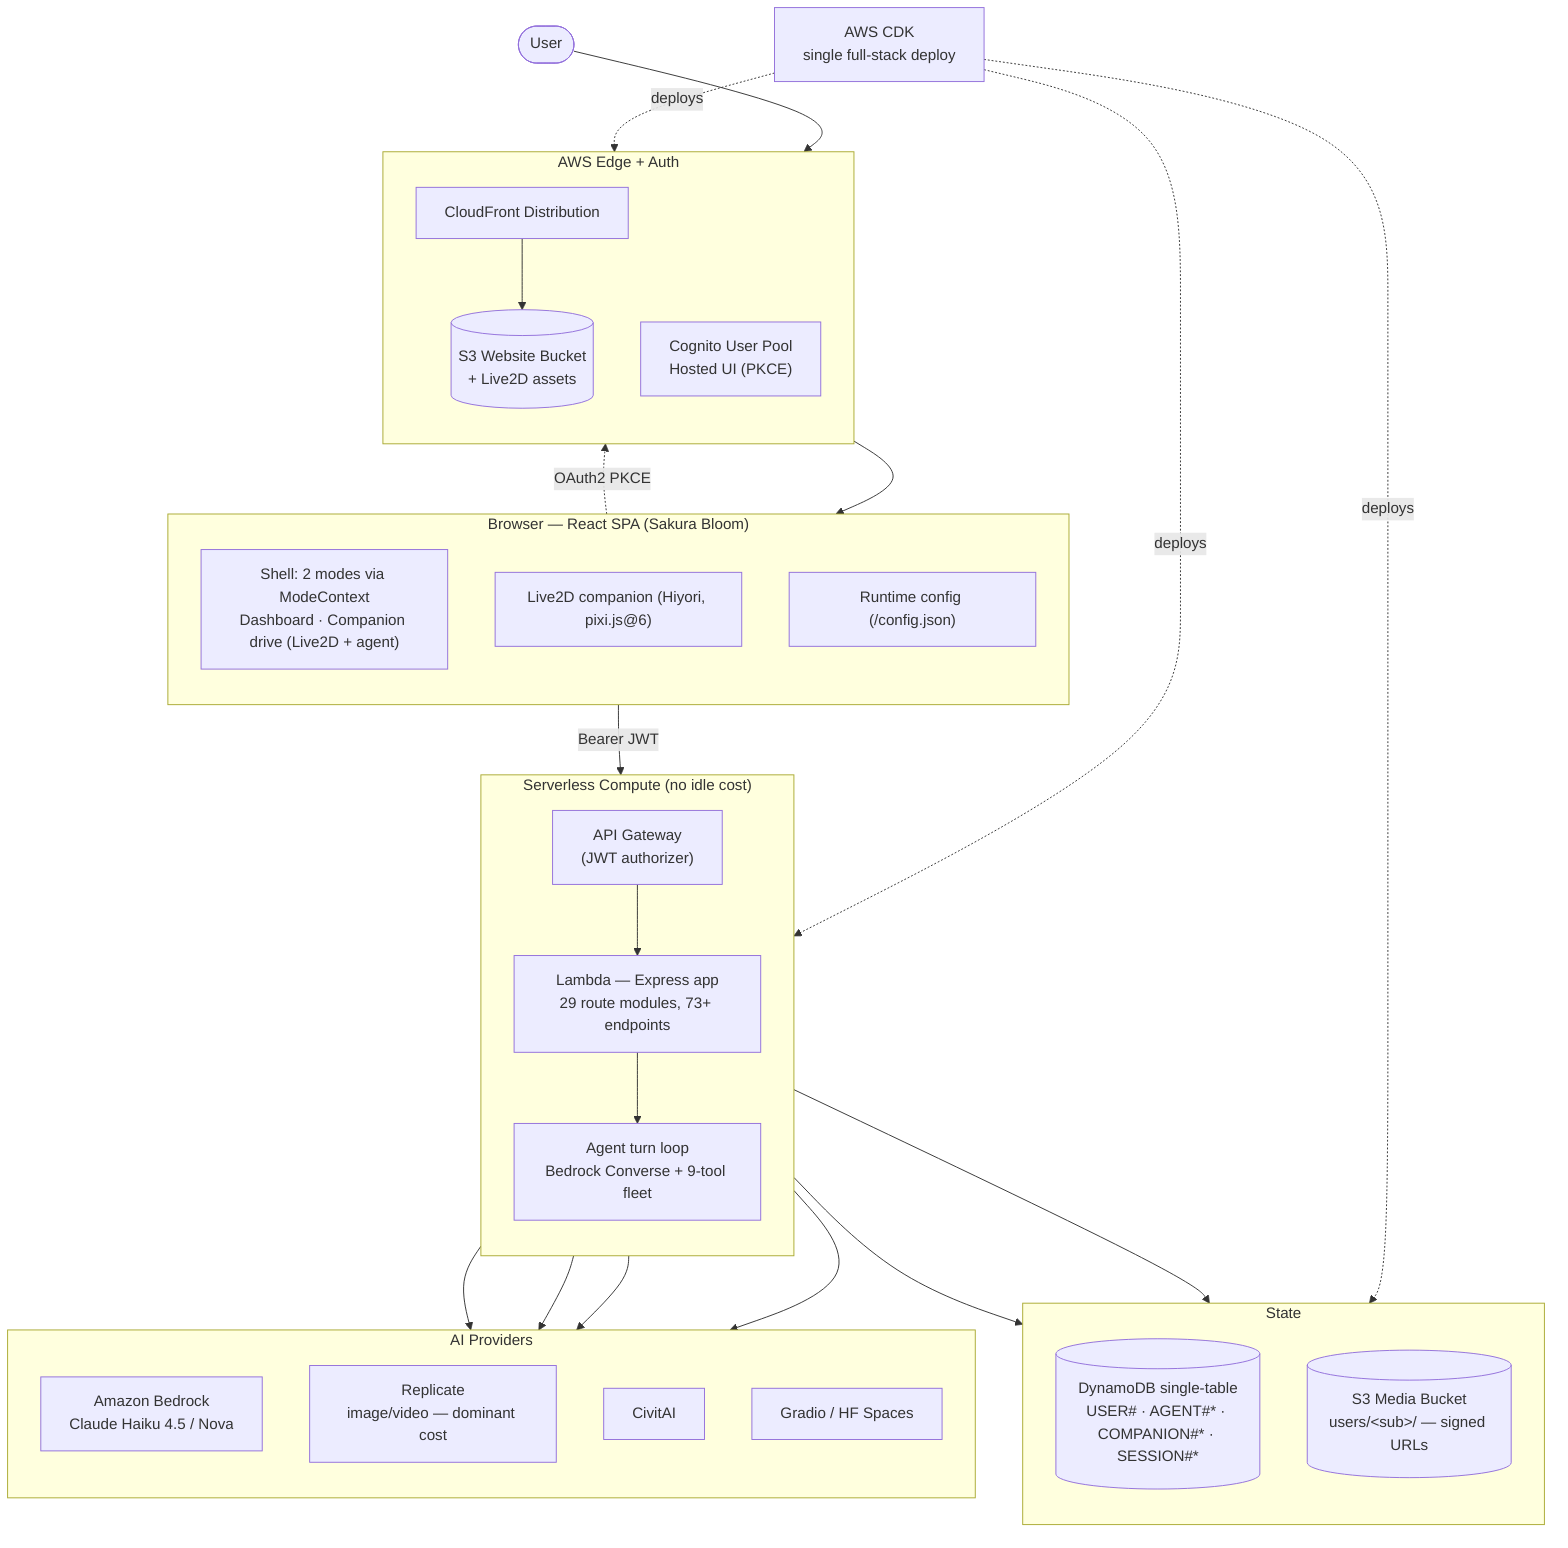
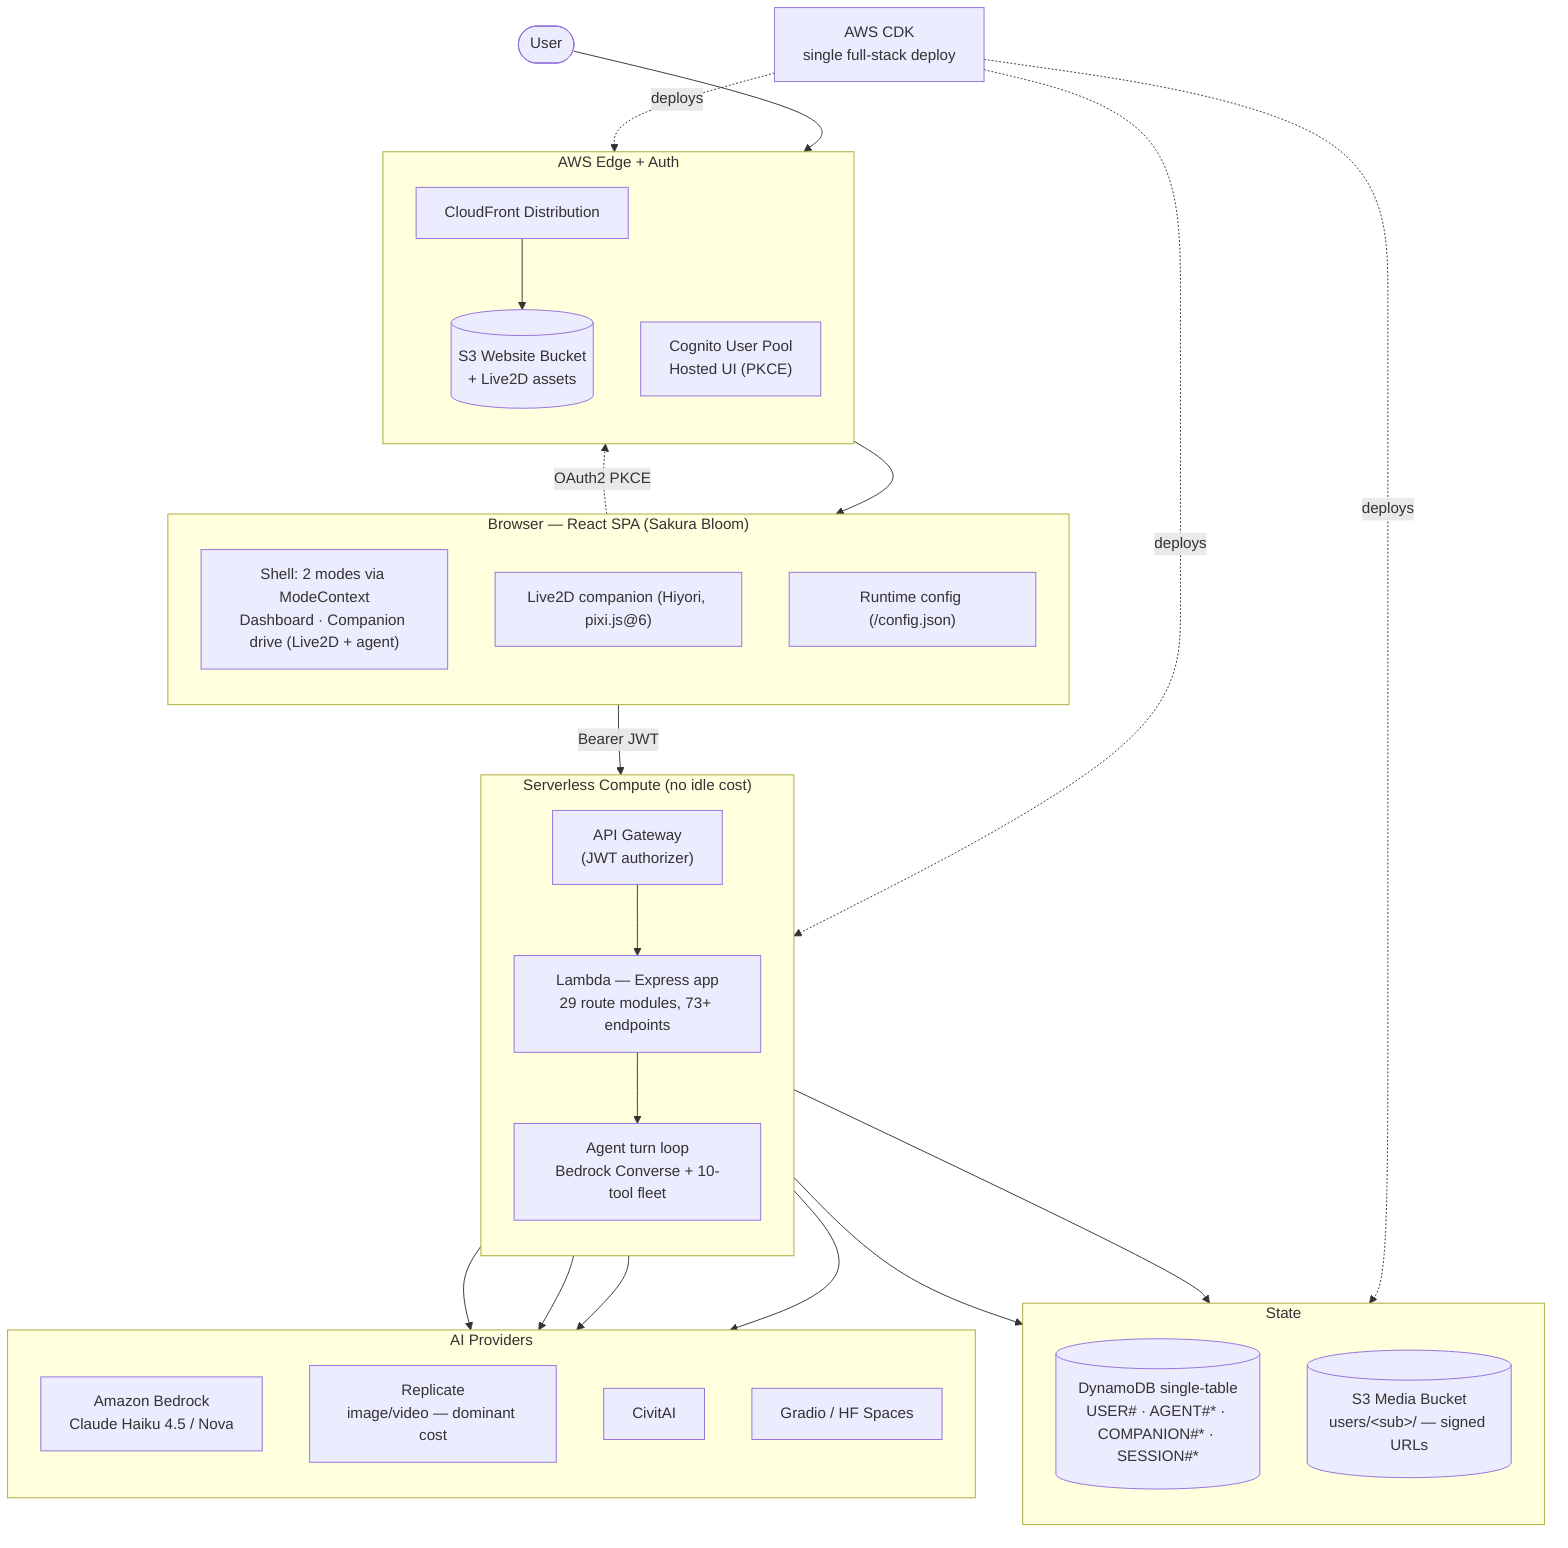
%% Whisk Studio — system & deployment diagram
%% Source of truth for docs/architecture-current.svg|png (rendered via mermaid-cli).
%% Render: see scripts/render-diagrams.sh
flowchart TB
  USER([User])

  subgraph CLIENT["Browser — React SPA (Sakura Bloom)"]
    direction TB
    SHELL["Shell: 2 modes via ModeContext<br/>Dashboard · Companion drive (Live2D + agent)"]
    LIVE2D["Live2D companion (Hiyori, pixi.js@6)"]
    CFGJS["Runtime config (/config.json)"]
  end

  subgraph EDGE["AWS Edge + Auth"]
    direction TB
    CF["CloudFront Distribution"]
    WEBS3[("S3 Website Bucket<br/>+ Live2D assets")]
    COG["Cognito User Pool<br/>Hosted UI (PKCE)"]
  end

  subgraph COMPUTE["Serverless Compute (no idle cost)"]
    direction TB
    APIGW["API Gateway<br/>(JWT authorizer)"]
    LAMBDA["Lambda — Express app<br/>29 route modules, 73+ endpoints"]
-     AGENT["Agent turn loop<br/>Bedrock Converse + 9-tool fleet"]
+     AGENT["Agent turn loop<br/>Bedrock Converse + 10-tool fleet"]
  end

  subgraph DATA["State"]
    direction TB
    DDB[("DynamoDB single-table<br/>USER# · AGENT#* · COMPANION#* · SESSION#*")]
    MEDIAS3[("S3 Media Bucket<br/>users/&lt;sub&gt;/ — signed URLs")]
  end

  subgraph AI["AI Providers"]
    direction TB
    BEDROCK["Amazon Bedrock<br/>Claude Haiku 4.5 / Nova"]
    REPLICATE["Replicate<br/>image/video — dominant cost"]
    CIVITAI["CivitAI"]
    GRADIO["Gradio / HF Spaces"]
  end

  CDK["AWS CDK<br/>single full-stack deploy"]

  USER --> CF
  CF --> WEBS3
  WEBS3 --> SHELL
  SHELL -. "OAuth2 PKCE" .-> COG
  SHELL -- "Bearer JWT" --> APIGW
  APIGW --> LAMBDA
  LAMBDA --> AGENT
  LAMBDA --> DDB
  LAMBDA --> MEDIAS3
  AGENT --> BEDROCK
  LAMBDA --> REPLICATE
  LAMBDA --> CIVITAI
  LAMBDA --> GRADIO

  CDK -. "deploys" .-> EDGE
  CDK -. "deploys" .-> COMPUTE
  CDK -. "deploys" .-> DATA
